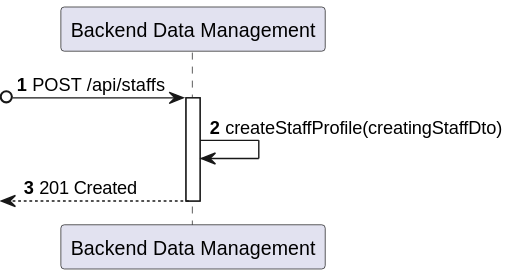
This is docs/sprint-a/us-5.1.12/views/level2/process-view.svg from 1220846/sem5pi-24-25-3ddg20, a PlantUML export, as it was before one commit. Its diagram source:
```plantuml
@startuml
autonumber

participant "Backend Data Management" as BDM

?o-> BDM : POST /api/staffs
activate BDM
    BDM -> BDM : createStaffProfile(creatingStaffDto)
    <-- BDM : 201 Created
deactivate BDM
@enduml
```
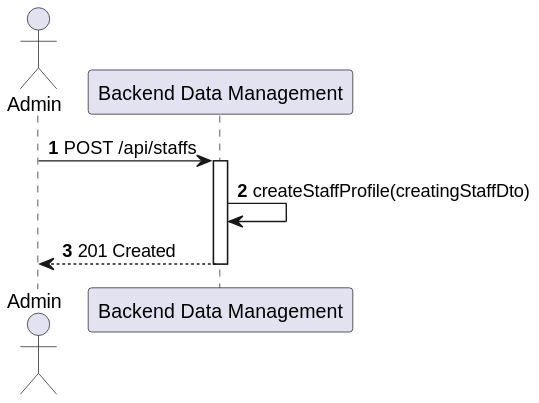
Later version of the same file.

What changed in the source:
```diff
@@ -1,11 +1,12 @@
 @startuml
 autonumber
 
+actor "Admin" as ADM
 participant "Backend Data Management" as BDM
 
-?o-> BDM : POST /api/staffs
+ADM -> BDM : POST /api/staffs
 activate BDM
     BDM -> BDM : createStaffProfile(creatingStaffDto)
-    <-- BDM : 201 Created
+    BDM --> ADM : 201 Created
 deactivate BDM
 @enduml
```
